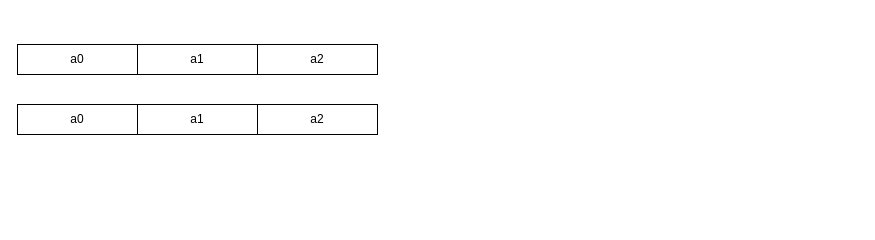
Above: allreduce.drawio in abdzhangzeyu/draw.io (draw.io), before the change. Source tidied: cells renumbered, new cells numbered last; positions are measured from the earlier drawing's top-left corner, leaving out a move shared by most shapes. Both pictures are drawn from the tidied source at 100%, with x=0, y=0 at pixel (17, 44).
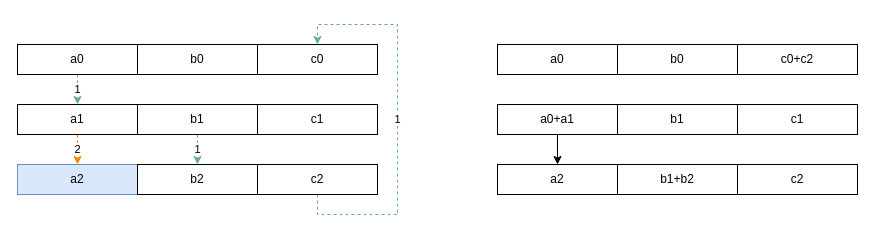
After the change.

The change refers to these unchanged cells:
```xml
<mxCell id="2" value="a0" style="rounded=0;whiteSpace=wrap;html=1;fontColor=#000000;strokeColor=#000000;fillColor=#FFFFFF;" parent="1" vertex="1">
  <mxGeometry width="120" height="30" as="geometry" />
</mxCell>
```

What changed in the source:
```diff
@@
+    <mxCell id="8" value="1" style="edgeStyle=orthogonalEdgeStyle;rounded=0;jettySize=auto;html=1;exitX=0.5;exitY=1;exitDx=0;exitDy=0;entryX=0.5;entryY=0;entryDx=0;entryDy=0;fontColor=#000000;fillColor=#a20025;strokeColor=#67AB9F;dashed=1;" parent="1" edge="1" source="2" target="5">
+      <mxGeometry relative="1" as="geometry" />
+    </mxCell>
@@
-    <mxCell id="3" value="a1" style="rounded=0;whiteSpace=wrap;html=1;fontColor=#000000;strokeColor=#000000;fillColor=#FFFFFF;" parent="1" vertex="1">
+    <mxCell id="3" value="b0" style="rounded=0;whiteSpace=wrap;html=1;fontColor=#000000;strokeColor=#000000;fillColor=#FFFFFF;" parent="1" vertex="1">
       <mxGeometry x="120" width="120" height="30" as="geometry" />
     </mxCell>
-    <mxCell id="4" value="a2" style="rounded=0;whiteSpace=wrap;html=1;fontColor=#000000;strokeColor=#000000;fillColor=#FFFFFF;" parent="1" vertex="1">
+    <mxCell id="4" value="c0" style="rounded=0;whiteSpace=wrap;html=1;fontColor=#000000;strokeColor=#000000;fillColor=#FFFFFF;" parent="1" vertex="1">
       <mxGeometry x="240" width="120" height="30" as="geometry" />
     </mxCell>
+    <mxCell id="9" value="2" style="edgeStyle=orthogonalEdgeStyle;rounded=0;jettySize=auto;html=1;exitX=0.5;exitY=1;exitDx=0;exitDy=0;entryX=0.5;entryY=0;entryDx=0;entryDy=0;dashed=1;fontColor=#000000;fillColor=#e51400;strokeColor=#FF8000;" parent="1" edge="1" source="5" target="11">
+      <mxGeometry relative="1" as="geometry" />
+    </mxCell>
-    <mxCell id="5" value="a0" style="rounded=0;whiteSpace=wrap;html=1;fontColor=#000000;strokeColor=#000000;fillColor=#FFFFFF;" parent="1" vertex="1">
+    <mxCell id="5" value="a1" style="rounded=0;whiteSpace=wrap;html=1;fontColor=#000000;strokeColor=#000000;fillColor=#FFFFFF;" parent="1" vertex="1">
       <mxGeometry y="60" width="120" height="30" as="geometry" />
     </mxCell>
+    <mxCell id="10" value="1" style="edgeStyle=orthogonalEdgeStyle;rounded=0;jettySize=auto;html=1;exitX=0.5;exitY=1;exitDx=0;exitDy=0;entryX=0.5;entryY=0;entryDx=0;entryDy=0;fontColor=#000000;fillColor=#a20025;strokeColor=#67AB9F;dashed=1;" parent="1" edge="1" source="6" target="12">
+      <mxGeometry relative="1" as="geometry" />
+    </mxCell>
-    <mxCell id="6" value="a1" style="rounded=0;whiteSpace=wrap;html=1;fontColor=#000000;strokeColor=#000000;fillColor=#FFFFFF;" parent="1" vertex="1">
+    <mxCell id="6" value="b1" style="rounded=0;whiteSpace=wrap;html=1;fontColor=#000000;strokeColor=#000000;fillColor=#FFFFFF;" parent="1" vertex="1">
       <mxGeometry x="120" y="60" width="120" height="30" as="geometry" />
     </mxCell>
-    <mxCell id="7" value="a2" style="rounded=0;whiteSpace=wrap;html=1;fontColor=#000000;strokeColor=#000000;fillColor=#FFFFFF;" parent="1" vertex="1">
+    <mxCell id="7" value="c1" style="rounded=0;whiteSpace=wrap;html=1;fontColor=#000000;strokeColor=#000000;fillColor=#FFFFFF;" parent="1" vertex="1">
       <mxGeometry x="240" y="60" width="120" height="30" as="geometry" />
     </mxCell>
+    <mxCell id="11" value="a2" style="rounded=0;whiteSpace=wrap;html=1;strokeColor=#6c8ebf;fillColor=#dae8fc;" parent="1" vertex="1">
+      <mxGeometry y="120" width="120" height="30" as="geometry" />
+    </mxCell>
+    <mxCell id="12" value="b2" style="rounded=0;whiteSpace=wrap;html=1;fontColor=#000000;strokeColor=#000000;fillColor=#FFFFFF;" parent="1" vertex="1">
+      <mxGeometry x="120" y="120" width="120" height="30" as="geometry" />
+    </mxCell>
+    <mxCell id="13" style="edgeStyle=orthogonalEdgeStyle;rounded=0;jettySize=auto;html=1;exitX=0.5;exitY=1;exitDx=0;exitDy=0;entryX=0.5;entryY=0;entryDx=0;entryDy=0;fontColor=#000000;fillColor=#a20025;strokeColor=#67AB9F;dashed=1;" parent="1" edge="1" source="15" target="4">
+      <mxGeometry relative="1" as="geometry">
+        <Array as="points">
+          <mxPoint x="300" y="170" />
+          <mxPoint x="380" y="170" />
+          <mxPoint x="380" y="-20" />
+          <mxPoint x="300" y="-20" />
+        </Array>
+      </mxGeometry>
+    </mxCell>
+    <mxCell id="14" value="1" style="edgeLabel;html=1;align=center;verticalAlign=middle;fontColor=#000000;" parent="13" vertex="1">
+      <mxGeometry x="0.07" y="1" relative="1" as="geometry">
+        <mxPoint y="13" as="offset" />
+      </mxGeometry>
+    </mxCell>
+    <mxCell id="15" value="c2" style="rounded=0;whiteSpace=wrap;html=1;fontColor=#000000;strokeColor=#000000;fillColor=#FFFFFF;" parent="1" vertex="1">
+      <mxGeometry x="240" y="120" width="120" height="30" as="geometry" />
+    </mxCell>
+    <mxCell id="16" value="a0" style="rounded=0;whiteSpace=wrap;html=1;fontColor=#000000;strokeColor=#000000;fillColor=#FFFFFF;" parent="1" vertex="1">
+      <mxGeometry x="480" width="120" height="30" as="geometry" />
+    </mxCell>
+    <mxCell id="17" value="b0" style="rounded=0;whiteSpace=wrap;html=1;fontColor=#000000;strokeColor=#000000;fillColor=#FFFFFF;" parent="1" vertex="1">
+      <mxGeometry x="600" width="120" height="30" as="geometry" />
+    </mxCell>
+    <mxCell id="18" value="c0+c2" style="rounded=0;whiteSpace=wrap;html=1;fontColor=#000000;strokeColor=#000000;fillColor=#FFFFFF;" parent="1" vertex="1">
+      <mxGeometry x="720" width="120" height="30" as="geometry" />
+    </mxCell>
+    <mxCell id="19" style="edgeStyle=orthogonalEdgeStyle;rounded=0;jettySize=auto;html=1;exitX=0.5;exitY=1;exitDx=0;exitDy=0;entryX=0.5;entryY=0;entryDx=0;entryDy=0;fontColor=#000000;" parent="1" edge="1" source="20" target="23">
+      <mxGeometry relative="1" as="geometry" />
+    </mxCell>
+    <mxCell id="20" value="a0+a1" style="rounded=0;whiteSpace=wrap;html=1;fontColor=#000000;strokeColor=#000000;fillColor=#FFFFFF;" parent="1" vertex="1">
+      <mxGeometry x="480" y="60" width="120" height="30" as="geometry" />
+    </mxCell>
+    <mxCell id="21" value="b1" style="rounded=0;whiteSpace=wrap;html=1;fontColor=#000000;strokeColor=#000000;fillColor=#FFFFFF;" parent="1" vertex="1">
+      <mxGeometry x="600" y="60" width="120" height="30" as="geometry" />
+    </mxCell>
+    <mxCell id="22" value="c1" style="rounded=0;whiteSpace=wrap;html=1;fontColor=#000000;strokeColor=#000000;fillColor=#FFFFFF;" parent="1" vertex="1">
+      <mxGeometry x="720" y="60" width="120" height="30" as="geometry" />
+    </mxCell>
+    <mxCell id="23" value="a2" style="rounded=0;whiteSpace=wrap;html=1;fontColor=#000000;strokeColor=#000000;fillColor=#FFFFFF;" parent="1" vertex="1">
+      <mxGeometry x="480" y="120" width="120" height="30" as="geometry" />
+    </mxCell>
+    <mxCell id="24" value="b1+b2" style="rounded=0;whiteSpace=wrap;html=1;fontColor=#000000;strokeColor=#000000;fillColor=#FFFFFF;" parent="1" vertex="1">
+      <mxGeometry x="600" y="120" width="120" height="30" as="geometry" />
+    </mxCell>
+    <mxCell id="25" value="c2" style="rounded=0;whiteSpace=wrap;html=1;fontColor=#000000;strokeColor=#000000;fillColor=#FFFFFF;" parent="1" vertex="1">
+      <mxGeometry x="720" y="120" width="120" height="30" as="geometry" />
+    </mxCell>
```
